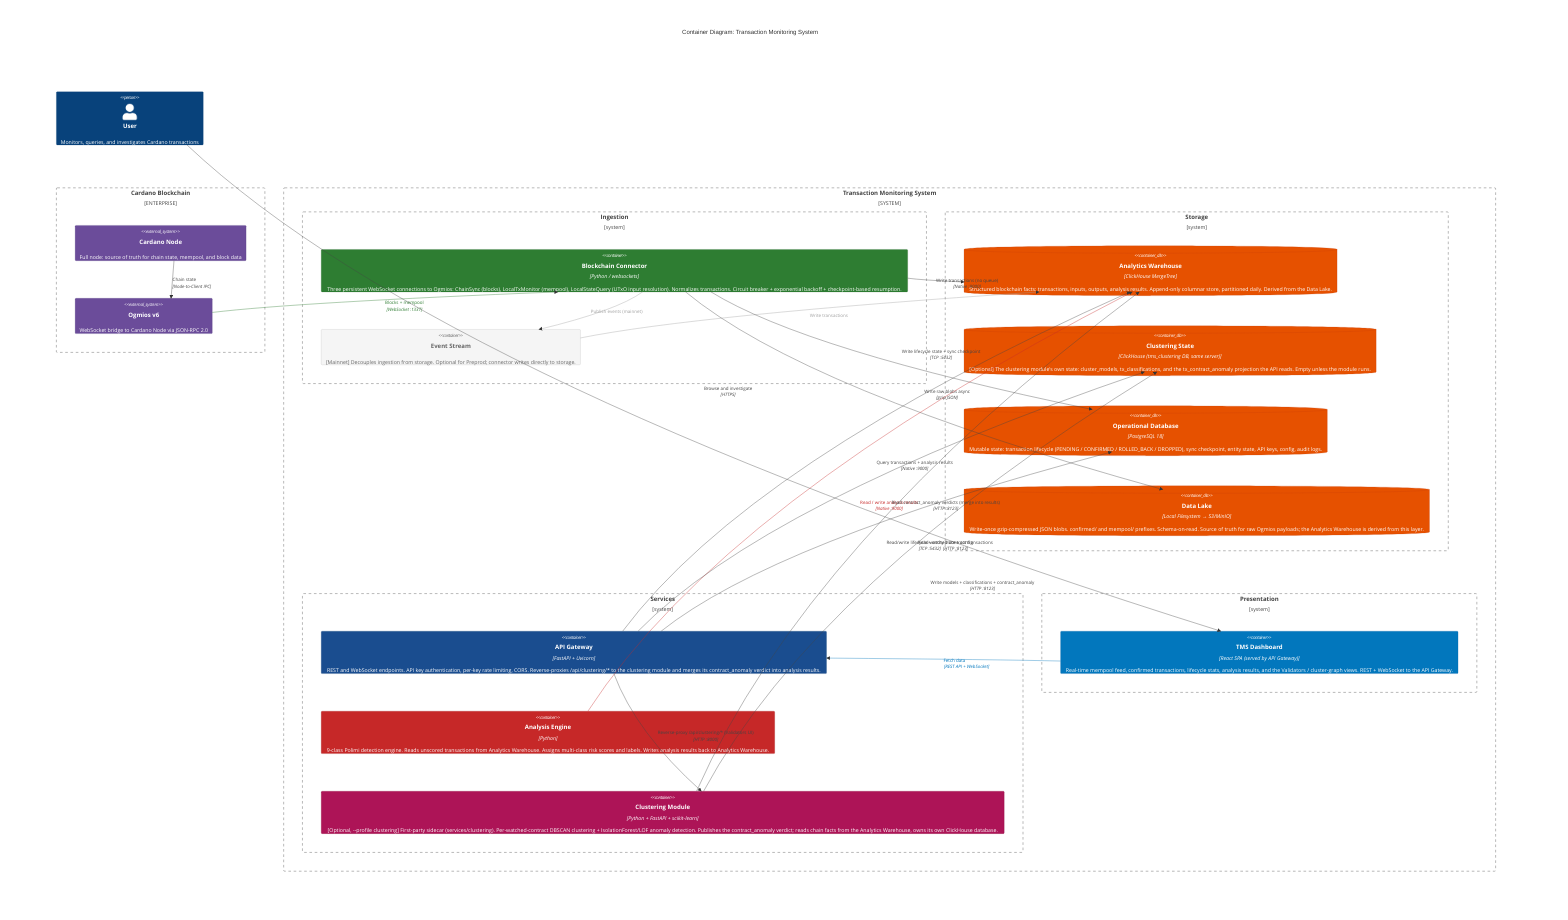
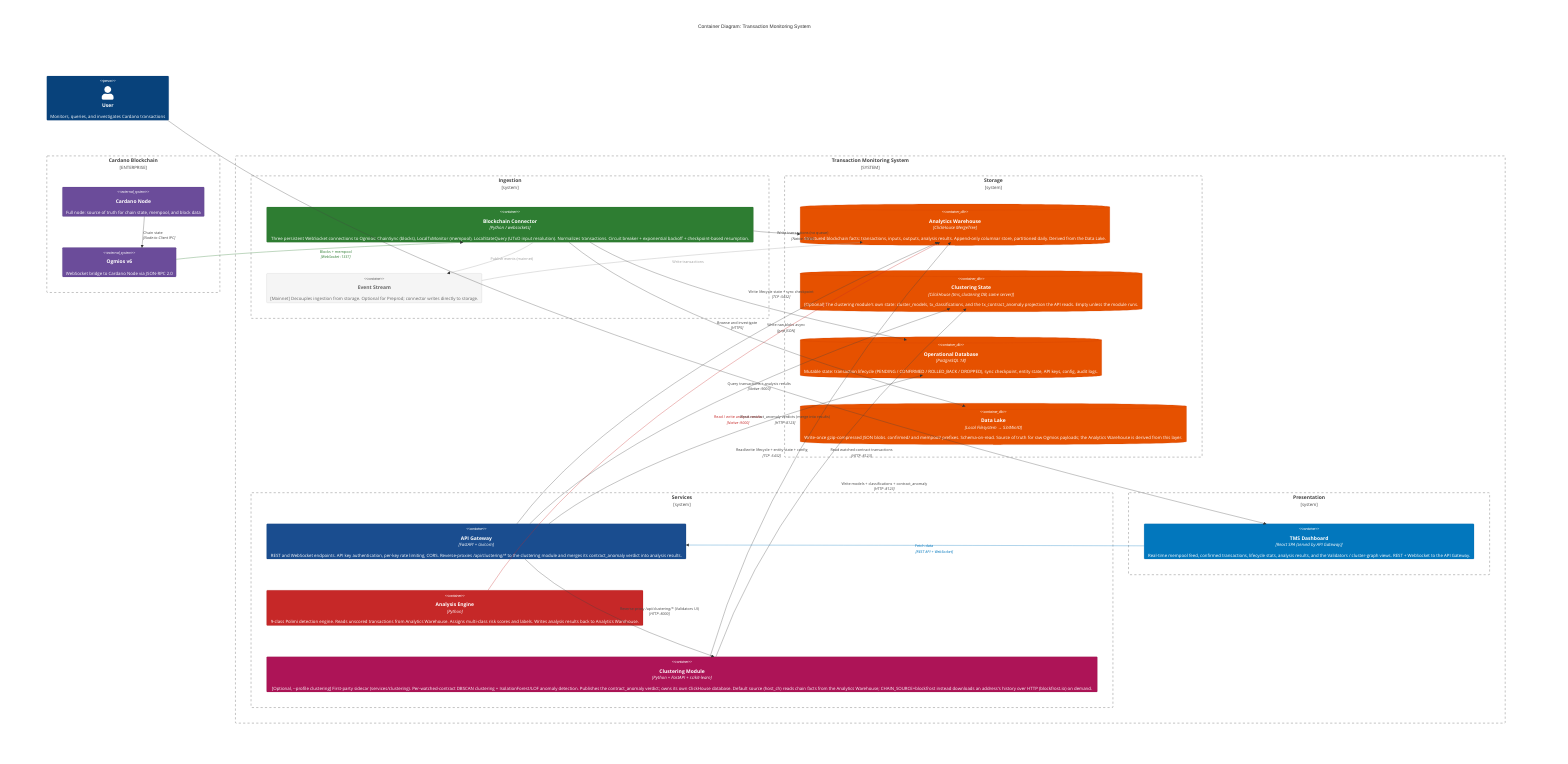
C4Container
    title Container Diagram: Transaction Monitoring System

    Enterprise_Boundary(blockchain, "Cardano Blockchain") {
        System_Ext(cardano_node, "Cardano Node", "Full node: source of truth for chain state, mempool, and block data")
        System_Ext(ogmios, "Ogmios v6", "WebSocket bridge to Cardano Node via JSON-RPC 2.0")
    }

    Person(user, "User", "Monitors, queries, and investigates Cardano transactions")

    System_Boundary(tms, "Transaction Monitoring System") {

        Boundary(ingestion, "Ingestion") {
            Container(connector, "Blockchain Connector", "Python / websockets", "Three persistent WebSocket connections to Ogmios: ChainSync (blocks), LocalTxMonitor (mempool), LocalStateQuery (UTxO input resolution). Normalizes transactions. Circuit breaker + exponential backoff + checkpoint-based resumption.")
            Container(queue, "Event Stream", "", "[Mainnet] Decouples ingestion from storage. Optional for Preprod; connector writes directly to storage.")
        }

        Boundary(storage, "Storage") {
            ContainerDb(datalake, "Analytics Warehouse", "ClickHouse MergeTree", "Structured blockchain facts: transactions, inputs, outputs, analysis results. Append-only columnar store, partitioned daily. Derived from the Data Lake.")
            ContainerDb(clusterdb, "Clustering State", "ClickHouse (tms_clustering DB, same server)", "[Optional] The clustering module's own state: cluster_models, tx_classifications, and the tx_contract_anomaly projection the API reads. Empty unless the module runs.")
            ContainerDb(admin_db, "Operational Database", "PostgreSQL 18", "Mutable state: transaction lifecycle (PENDING / CONFIRMED / ROLLED_BACK / DROPPED), sync checkpoint, entity state, API keys, config, audit logs.")
            ContainerDb(rawstore, "Data Lake", "Local Filesystem → S3/MinIO", "Write-once gzip-compressed JSON blobs. confirmed/ and mempool/ prefixes. Schema-on-read. Source of truth for raw Ogmios payloads; the Analytics Warehouse is derived from this layer.")
        }

        Boundary(services, "Services") {
            Container(api, "API Gateway", "FastAPI + Uvicorn", "REST and WebSocket endpoints. API key authentication, per-key rate limiting, CORS. Reverse-proxies /api/clustering/* to the clustering module and merges its contract_anomaly verdict into analysis results.")
            Container(analysis, "Analysis Engine", "Python", "9-class Polimi detection engine. Reads unscored transactions from Analytics Warehouse. Assigns multi-class risk scores and labels. Writes analysis results back to Analytics Warehouse.")
-             Container(clustering, "Clustering Module", "Python + FastAPI + scikit-learn", "[Optional, --profile clustering] First-party sidecar (services/clustering). Per-watched-contract DBSCAN clustering + IsolationForest/LOF anomaly detection. Publishes the contract_anomaly verdict; reads chain facts from the Analytics Warehouse, owns its own ClickHouse database.")
+             Container(clustering, "Clustering Module", "Python + FastAPI + scikit-learn", "[Optional, --profile clustering] First-party sidecar (services/clustering). Per-watched-contract DBSCAN clustering + IsolationForest/LOF anomaly detection. Publishes the contract_anomaly verdict; owns its own ClickHouse database. Default source (host_ch) reads chain facts from the Analytics Warehouse; CHAIN_SOURCE=blockfrost instead downloads an address's history over HTTP (blockfrost.io) on demand.")
        }

        Boundary(presentation, "Presentation") {
            Container(ui, "TMS Dashboard", "React SPA (served by API Gateway)", "Real-time mempool feed, confirmed transactions, lifecycle stats, analysis results, and the Validators / cluster-graph views. REST + WebSocket to the API Gateway.")
        }
    }

    Rel(cardano_node, ogmios, "Chain state", "Node-to-Client IPC")
    Rel(ogmios, connector, "Blocks + mempool", "WebSocket :1337")

    Rel(connector, queue, "Publish events (mainnet)", "")
    Rel(queue, datalake, "Write transactions", "")
    Rel(connector, datalake, "Write transactions (no queue)", "Native :9000")
    Rel(connector, admin_db, "Write lifecycle state + sync checkpoint", "TCP :5432")
    Rel(connector, rawstore, "Write raw blobs async", "gzip JSON")

    Rel(analysis, datalake, "Read / write analysis results", "Native :9000")

    Rel(api, datalake, "Query transactions + analysis results", "Native :9000")
    Rel(api, admin_db, "Read/write lifecycle + entity state + config", "TCP :5432")
    Rel(api, clustering, "Reverse-proxy /api/clustering/* (Validators UI)", "HTTP :8000")
    Rel(api, clusterdb, "Read contract_anomaly verdicts (merge into results)", "HTTP :8123")
    Rel(clustering, datalake, "Read watched-contract transactions", "HTTP :8123")
    Rel(clustering, clusterdb, "Write models + classifications + contract_anomaly", "HTTP :8123")

    Rel(user, ui, "Browse and investigate", "HTTPS")
    Rel(ui, api, "Fetch data", "REST API + WebSocket")

    UpdateElementStyle(queue, $fontColor="#666666", $bgColor="#f5f5f5", $borderColor="#9e9e9e")
    UpdateElementStyle(connector, $fontColor="white", $bgColor="#2e7d32", $borderColor="#1b5e20")
    UpdateElementStyle(api, $fontColor="white", $bgColor="#1a4d8f", $borderColor="#0d3b6e")
    UpdateElementStyle(analysis, $fontColor="white", $bgColor="#c62828", $borderColor="#8e0000")
    UpdateElementStyle(clustering, $fontColor="white", $bgColor="#ad1457", $borderColor="#78002e")
    UpdateElementStyle(clusterdb, $fontColor="white", $bgColor="#e65100", $borderColor="#bf360c")
    UpdateElementStyle(datalake, $fontColor="white", $bgColor="#e65100", $borderColor="#bf360c")
    UpdateElementStyle(admin_db, $fontColor="white", $bgColor="#e65100", $borderColor="#bf360c")
    UpdateElementStyle(rawstore, $fontColor="white", $bgColor="#e65100", $borderColor="#bf360c")
    UpdateElementStyle(ui, $fontColor="white", $bgColor="#0277bd", $borderColor="#01579b")
    UpdateElementStyle(ogmios, $fontColor="white", $bgColor="#6b4c9a", $borderColor="#4a3570")
    UpdateElementStyle(cardano_node, $fontColor="white", $bgColor="#6b4c9a", $borderColor="#4a3570")
    UpdateRelStyle(ogmios, connector, $textColor="#2e7d32", $lineColor="#2e7d32")
    UpdateRelStyle(connector, queue, $textColor="#9e9e9e", $lineColor="#9e9e9e")
    UpdateRelStyle(queue, datalake, $textColor="#9e9e9e", $lineColor="#9e9e9e")
    UpdateRelStyle(analysis, datalake, $textColor="#c62828", $lineColor="#c62828")
    UpdateRelStyle(ui, api, $textColor="#0277bd", $lineColor="#0277bd")
